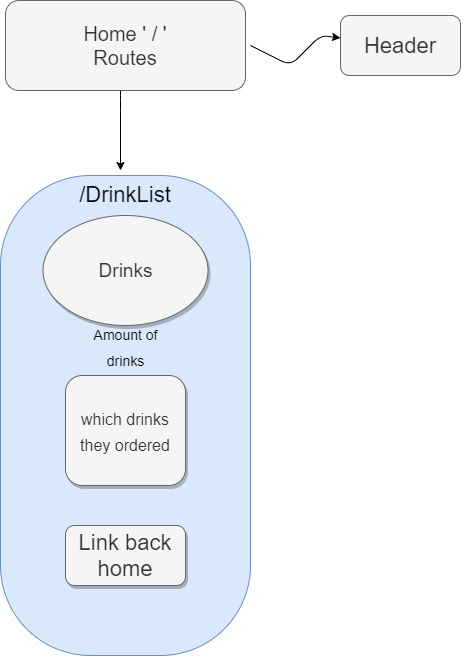
aliamirh/React-TapRoom keeps this draw.io diagram as src/img/taphouse.png. Above is the earlier version. Source tidied: cells renumbered, new cells last; positions are measured from the earlier drawing's top-left corner, leaving out a move shared by most shapes.
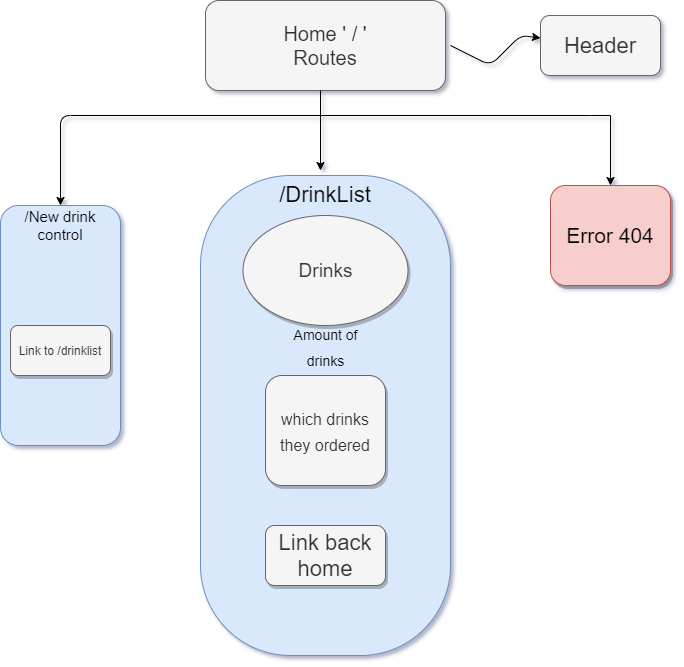
The same file after the commit.

Diff of the diagram source:
```diff
@@ -2,6 +2,15 @@
   <root>
     <mxCell id="0" />
     <mxCell id="1" parent="0" />
+    <mxCell id="11" style="edgeStyle=orthogonalEdgeStyle;rounded=0;jettySize=auto;html=1;entryX=0.5;entryY=0;entryDx=0;entryDy=0;" parent="1" edge="1" target="12">
+      <mxGeometry relative="1" as="geometry">
+        <mxPoint x="120" y="115" as="sourcePoint" />
+        <Array as="points">
+          <mxPoint x="390" y="115" />
+          <mxPoint x="410" y="115" />
+        </Array>
+      </mxGeometry>
+    </mxCell>
     <mxCell id="2" value="&lt;font style=&quot;font-size: 20px&quot;&gt;Home ' / '&lt;br&gt;Routes&lt;br&gt;&lt;/font&gt;" style="rounded=1;whiteSpace=wrap;html=1;fontSize=12;glass=0;strokeWidth=1;shadow=0;fillColor=#f5f5f5;strokeColor=#666666;fontColor=#333333;" parent="1" vertex="1">
       <mxGeometry x="5" width="240" height="90" as="geometry" />
     </mxCell>
@@ -33,13 +42,30 @@
       <mxGeometry relative="1" as="geometry">
         <mxPoint x="120" y="90" as="sourcePoint" />
         <mxPoint x="120" y="170" as="targetPoint" />
-        <Array as="points">
-          <mxPoint x="120" y="100" />
-        </Array>
       </mxGeometry>
     </mxCell>
     <mxCell id="10" value="Link back home" style="rounded=1;whiteSpace=wrap;html=1;fontSize=22;comic=0;shadow=1;fillColor=#f5f5f5;strokeColor=#666666;fontColor=#333333;gradientColor=none;" parent="1" vertex="1">
       <mxGeometry x="65" y="525" width="120" height="60" as="geometry" />
     </mxCell>
+    <mxCell id="12" value="&lt;font style=&quot;font-size: 21px&quot;&gt;Error 404&lt;/font&gt;" style="rounded=1;whiteSpace=wrap;html=1;fillColor=#f8cecc;strokeColor=#b85450;comic=0;shadow=1;glass=0;" parent="1" vertex="1">
+      <mxGeometry x="350" y="185" width="120" height="100" as="geometry" />
+    </mxCell>
+    <mxCell id="13" style="rounded=1;whiteSpace=wrap;html=1;fillColor=#dae8fc;strokeColor=#6c8ebf;" parent="1" vertex="1">
+      <mxGeometry x="-200" y="205" width="120" height="240" as="geometry" />
+    </mxCell>
+    <mxCell id="14" style="endArrow=classic;html=1;entryX=0.5;entryY=0;entryDx=0;entryDy=0;" parent="1" edge="1" target="13">
+      <mxGeometry relative="1" as="geometry">
+        <mxPoint x="120" y="115" as="sourcePoint" />
+        <Array as="points">
+          <mxPoint x="-140" y="115" />
+        </Array>
+      </mxGeometry>
+    </mxCell>
+    <mxCell id="15" value="&lt;font style=&quot;font-size: 15px&quot;&gt;/New drink control&lt;/font&gt;" style="text;html=1;strokeColor=none;fillColor=none;align=center;verticalAlign=middle;whiteSpace=wrap;rounded=0;" parent="1" vertex="1">
+      <mxGeometry x="-180" y="215" width="80" height="20" as="geometry" />
+    </mxCell>
+    <mxCell id="16" value="Link to /drinklist" style="rounded=1;whiteSpace=wrap;html=1;fillColor=#f5f5f5;strokeColor=#666666;fontColor=#333333;shadow=1;" parent="1" vertex="1">
+      <mxGeometry x="-190" y="325" width="100" height="50" as="geometry" />
+    </mxCell>
   </root>
 </mxGraphModel>
```
